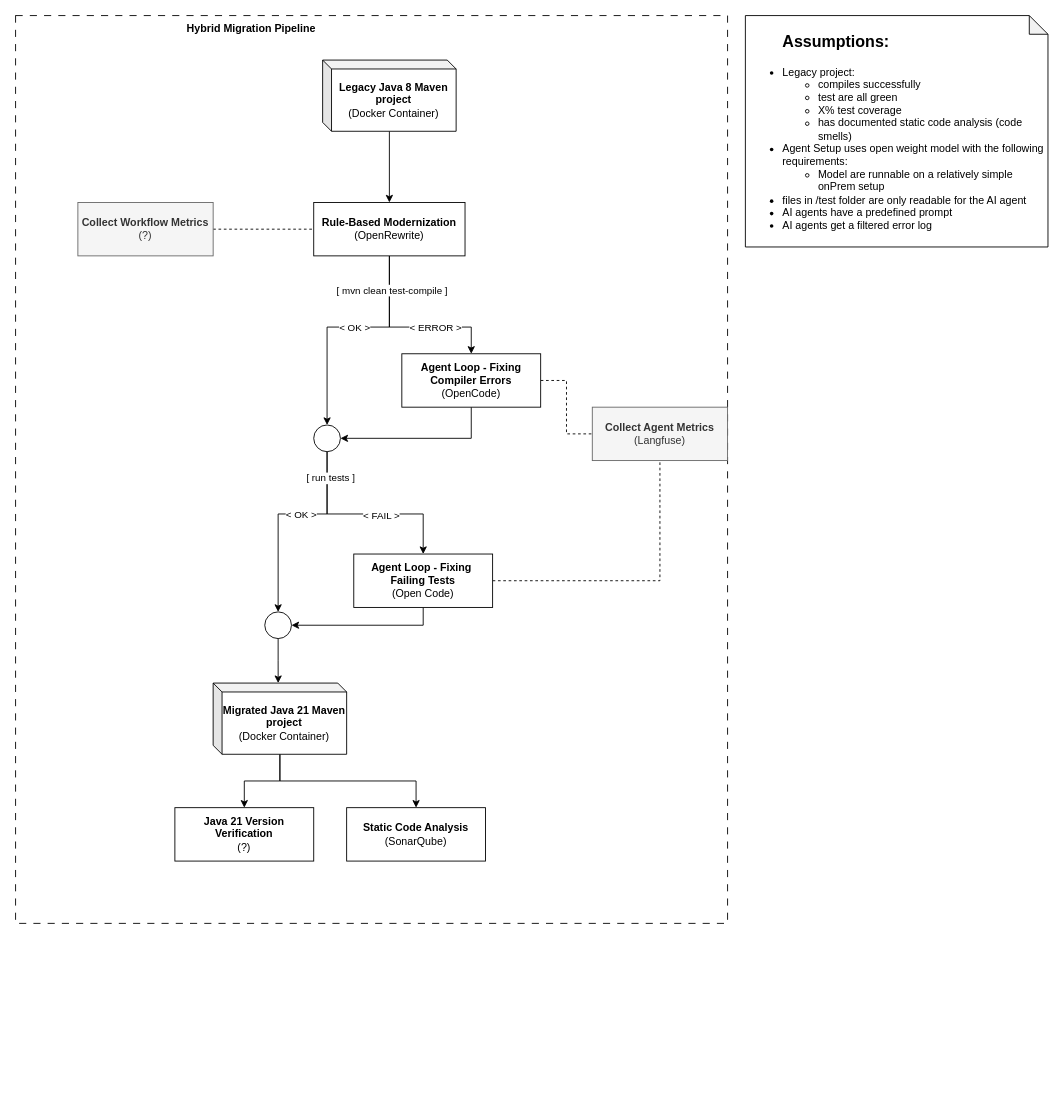
Adrian-Hansen-dev/master-thesis keeps this draw.io diagram as draw-io/migration-workflow.drawio. Above is the earlier version. Source tidied: cells renumbered, new cells numbered last; positions are measured from the earlier drawing's top-left corner, leaving out a move shared by most shapes. Both pictures are drawn from the tidied source at 89%, with x=0, y=0 at pixel (15, 15).
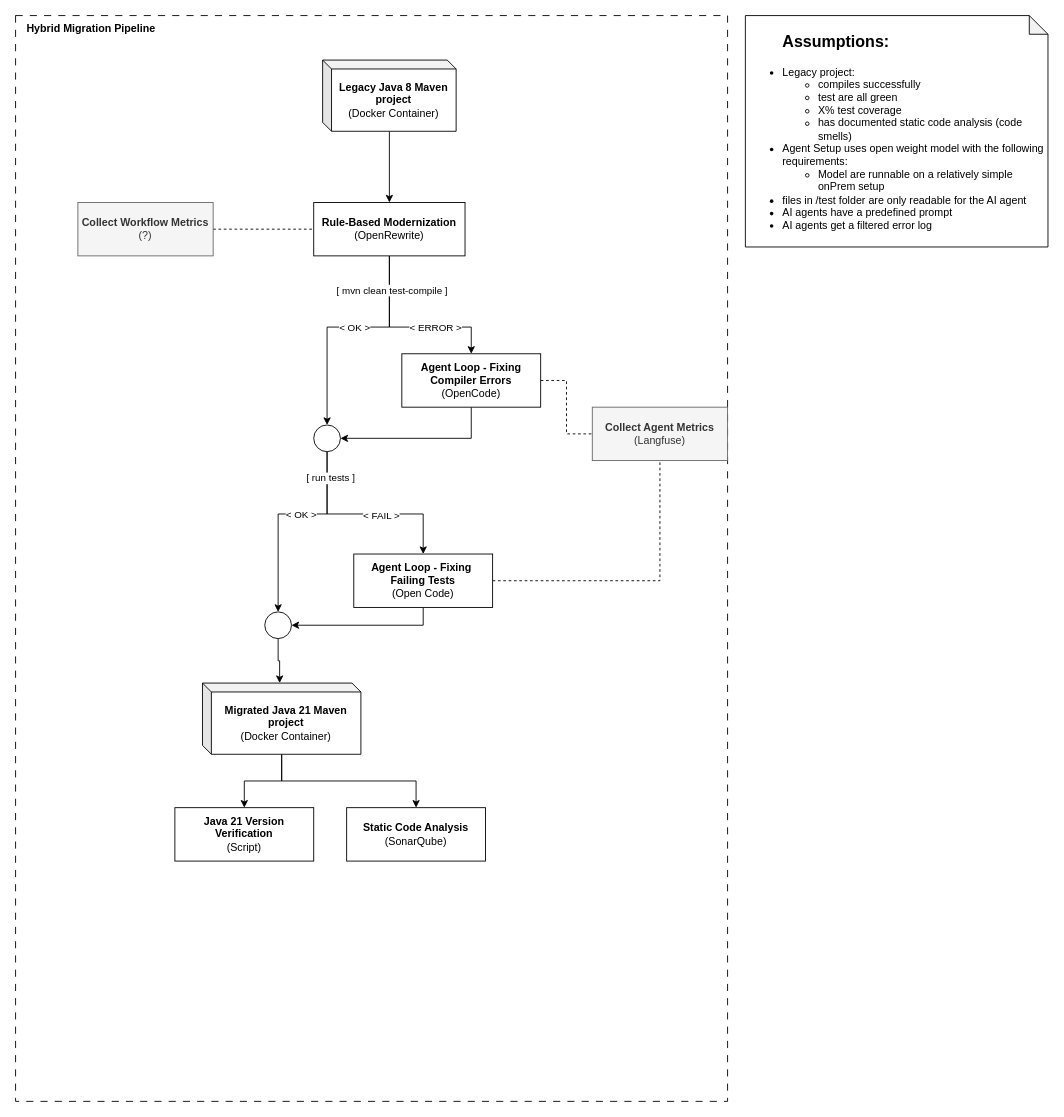
The same diagram, later.

Diff of the diagram source:
```diff
@@
     <mxCell id="2" style="rounded=0;whiteSpace=wrap;html=1;fillColor=none;dashed=1;dashPattern=8 8;" parent="1" vertex="1">
-      <mxGeometry width="800" height="1020" as="geometry" />
+      <mxGeometry width="800" height="1220" as="geometry" />
     </mxCell>
@@
     <mxCell id="14" value="&lt;b&gt;Hybrid Migration Pipeline&lt;/b&gt;" style="text;html=1;whiteSpace=wrap;strokeColor=none;fillColor=none;align=center;verticalAlign=middle;rounded=0;" parent="1" vertex="1">
-      <mxGeometry x="180" width="170" height="30" as="geometry" />
+      <mxGeometry width="170" height="30" as="geometry" />
     </mxCell>
@@
     <mxCell id="32" value="&lt;b&gt;Migrated Java 21 Maven project&lt;/b&gt;&lt;div&gt;(Docker Container)&lt;/div&gt;" style="shape=cube;whiteSpace=wrap;html=1;boundedLbl=1;backgroundOutline=1;darkOpacity=0.05;darkOpacity2=0.1;size=10;" parent="1" vertex="1">
-      <mxGeometry x="222" y="750" width="150" height="80" as="geometry" />
+      <mxGeometry x="210" y="750" width="178" height="80" as="geometry" />
     </mxCell>
@@
-    <mxCell id="34" value="&lt;div&gt;&lt;b&gt;Java 21 Version Verification&lt;/b&gt;&lt;/div&gt;&lt;div&gt;(?)&lt;/div&gt;" style="whiteSpace=wrap;html=1;" parent="1" vertex="1">
+    <mxCell id="34" value="&lt;div&gt;&lt;b&gt;Java 21 Version Verification&lt;/b&gt;&lt;/div&gt;&lt;div&gt;(Script)&lt;/div&gt;" style="whiteSpace=wrap;html=1;" parent="1" vertex="1">
       <mxGeometry x="179" y="890" width="156" height="60" as="geometry" />
     </mxCell>
```
